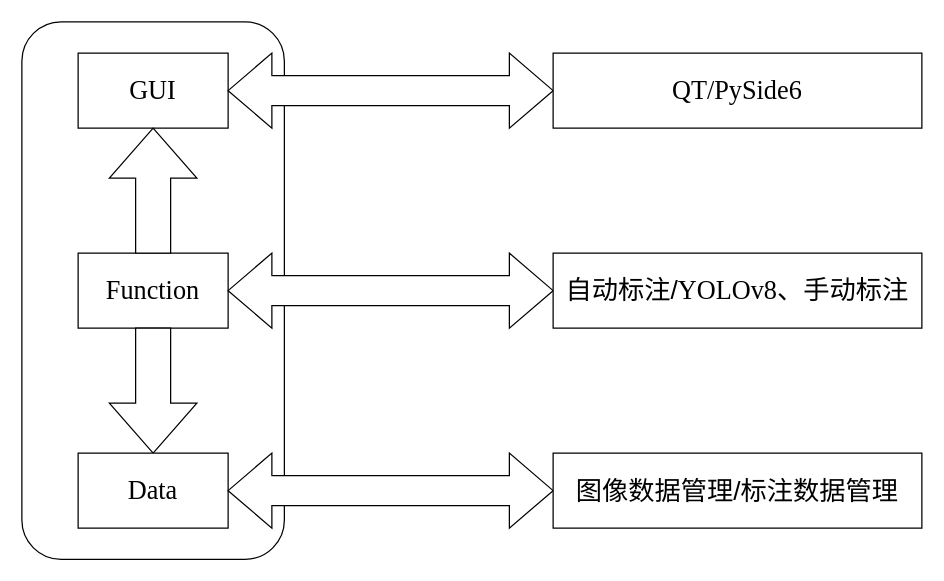
reblackcat/draw keeps this draw.io diagram as 半自动图像标注工具框架.drawio. Above is the earlier version. Source tidied: cells renumbered, new cells numbered last; positions are measured from the earlier drawing's top-left corner, leaving out a move shared by most shapes. Both pictures are drawn from the tidied source at 125%, with x=0, y=0 at pixel (21, 21).
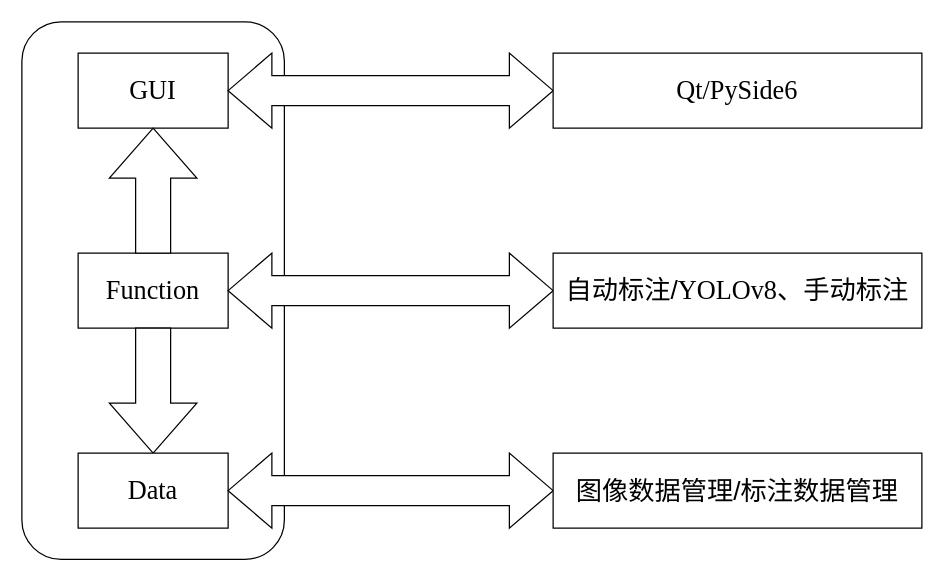
The same page after the edit.

Commit message:
更新半自动图像标注工具框架.drawio

Diff of the diagram source:
```diff
@@
 <mxGraphModel>
   <root>
     <mxCell id="0" />
     <mxCell id="1" parent="0" />
     <mxCell id="2" style="rounded=1;whiteSpace=wrap;fontSize=21;html=1;" parent="1" vertex="1">
       <mxGeometry width="210" height="430" as="geometry" />
     </mxCell>
     <mxCell id="3" value="GUI" style="rounded=0;whiteSpace=wrap;fontFamily=Times New Roman;fontSize=21;html=1;" parent="1" vertex="1">
       <mxGeometry x="45" y="25" width="120" height="60" as="geometry" />
     </mxCell>
     <mxCell id="4" value="Function" style="rounded=0;whiteSpace=wrap;fontSize=21;fontFamily=Times New Roman;html=1;" parent="1" vertex="1">
       <mxGeometry x="45" y="185" width="120" height="60" as="geometry" />
     </mxCell>
     <mxCell id="5" style="shadow=0;dashed=0;align=center;verticalAlign=middle;shape=mxgraph.arrows2.arrow;dy=0.6;dx=40;direction=north;notch=0;fontSize=21;html=1;" parent="1" vertex="1">
       <mxGeometry x="70" y="85" width="70" height="100" as="geometry" />
     </mxCell>
     <mxCell id="6" style="shadow=0;dashed=0;align=center;verticalAlign=middle;shape=mxgraph.arrows2.arrow;dy=0.6;dx=40;direction=south;notch=0;fontSize=21;html=1;" parent="1" vertex="1">
       <mxGeometry x="70" y="245" width="70" height="100" as="geometry" />
     </mxCell>
     <mxCell id="7" value="Data" style="rounded=0;whiteSpace=wrap;fontFamily=Times New Roman;fontSize=21;html=1;" parent="1" vertex="1">
       <mxGeometry x="45" y="345" width="120" height="60" as="geometry" />
     </mxCell>
     <mxCell id="8" style="shadow=0;dashed=0;align=center;verticalAlign=middle;shape=mxgraph.arrows2.twoWayArrow;dy=0.6;dx=35;fontSize=21;html=1;" parent="1" vertex="1">
       <mxGeometry x="165" y="25" width="260" height="60" as="geometry" />
     </mxCell>
-    <mxCell id="9" value="QT/PySide6" style="rounded=0;whiteSpace=wrap;fontFamily=Times New Roman;verticalAlign=middle;fontSize=21;html=1;" parent="1" vertex="1">
+    <mxCell id="9" value="Qt/PySide6" style="rounded=0;whiteSpace=wrap;fontFamily=Times New Roman;verticalAlign=middle;fontSize=21;html=1;" parent="1" vertex="1">
       <mxGeometry x="425" y="25" width="295" height="60" as="geometry" />
     </mxCell>
     <mxCell id="10" style="shadow=0;dashed=0;align=center;verticalAlign=middle;shape=mxgraph.arrows2.twoWayArrow;dy=0.6;dx=35;fontSize=21;html=1;" parent="1" vertex="1">
       <mxGeometry x="165" y="185" width="260" height="60" as="geometry" />
     </mxCell>
     <mxCell id="11" value="&lt;font face=&quot;SimSong&quot;&gt;自动标注/&lt;/font&gt;YOLOv8&lt;font face=&quot;SimSong&quot;&gt;、手动标注&lt;/font&gt;" style="rounded=0;whiteSpace=wrap;fontFamily=Times New Roman;fontSize=21;html=1;" parent="1" vertex="1">
       <mxGeometry x="425" y="185" width="295" height="60" as="geometry" />
     </mxCell>
     <mxCell id="12" style="shadow=0;dashed=0;align=center;verticalAlign=middle;shape=mxgraph.arrows2.twoWayArrow;dy=0.6;dx=35;fontSize=21;html=1;" parent="1" vertex="1">
       <mxGeometry x="165" y="345" width="260" height="60" as="geometry" />
     </mxCell>
     <mxCell id="13" value="图像数据管理/标注数据管理" style="rounded=0;whiteSpace=wrap;fontFamily=SimSong;fontSize=21;html=1;" parent="1" vertex="1">
       <mxGeometry x="425" y="345" width="295" height="60" as="geometry" />
     </mxCell>
   </root>
 </mxGraphModel>
```
